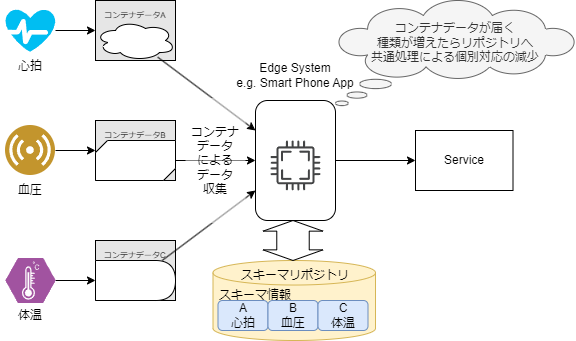
Earlier version of the draw.io export docs/spec_guide/basic_after.drawio.png (data-container-for-wearable-sensor/StartGuide). Source tidied: cells renumbered, new cells last; positions are measured from the earlier drawing's top-left corner, leaving out a move shared by most shapes.
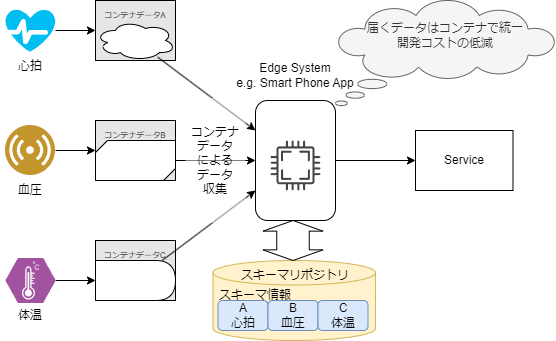
Later version of the same file.

What changed in the source:
```diff
@@ -65,8 +65,8 @@
     <mxCell id="22" value="コンテナ&lt;br&gt;データ&lt;br&gt;による&lt;br&gt;データ&lt;br&gt;収集" style="text;html=1;strokeColor=none;fillColor=#FFFFFF80;align=center;verticalAlign=middle;whiteSpace=wrap;rounded=0;gradientColor=none;" parent="1" vertex="1">
       <mxGeometry x="185" y="97.5" width="60" height="125" as="geometry" />
     </mxCell>
-    <mxCell id="23" value="&lt;br&gt;コンテナデータが届く&lt;br&gt;種類が増えたらリポジトリへ&lt;br&gt;共通処理による個別対応の減少" style="whiteSpace=wrap;html=1;shape=mxgraph.basic.cloud_callout;fillColor=#f5f5f5;verticalAlign=top;fontColor=#333333;strokeColor=#666666;" parent="1" vertex="1">
-      <mxGeometry x="335" width="240" height="105" as="geometry" />
+    <mxCell id="23" value="&lt;br&gt;届くデータはコンテナで統一&lt;br&gt;開発コストの低減" style="whiteSpace=wrap;html=1;shape=mxgraph.basic.cloud_callout;fillColor=#f5f5f5;verticalAlign=top;fontColor=#333333;strokeColor=#666666;" parent="1" vertex="1">
+      <mxGeometry x="335" width="220" height="105" as="geometry" />
     </mxCell>
     <mxCell id="24" style="sketch=0;shadow=0;dashed=0;html=1;strokeColor=none;fillColor=#434445;labelPosition=center;verticalLabelPosition=bottom;verticalAlign=top;align=center;shape=mxgraph.vvd.cpu;" parent="1" vertex="1">
       <mxGeometry x="270" y="140" width="50" height="50" as="geometry" />
```
